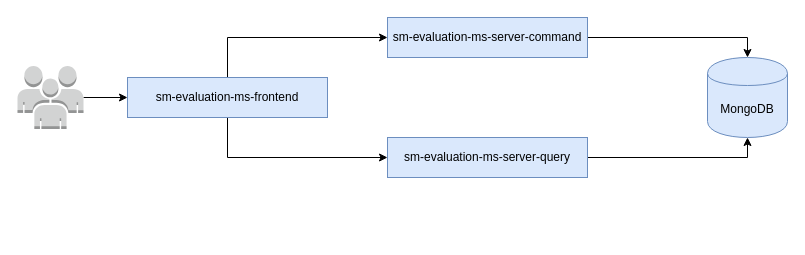
Before: architecture.drawio in sebastian-misiewicz/sm-evaluation-microservices, a draw.io diagram. Source tidied: cells renumbered, new cells numbered last; positions are measured from the earlier drawing's top-left corner, leaving out a move shared by most shapes. Both pictures are drawn from the tidied source at 100%, with x=0, y=0 at pixel (17, 17).
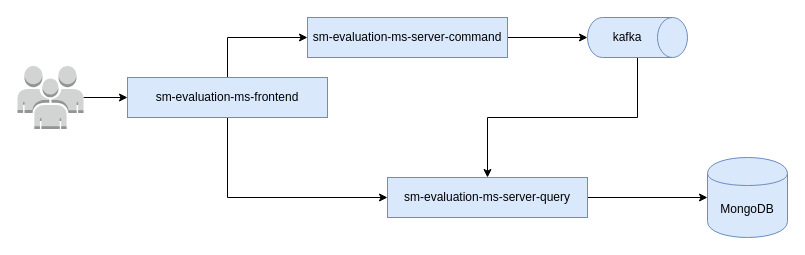
The same diagram, later.

Diff of the diagram source:
```diff
@@
 <mxGraphModel>
   <root>
     <mxCell id="0" />
     <mxCell id="1" parent="0" />
     <mxCell id="2" value="MongoDB" style="shape=cylinder;whiteSpace=wrap;html=1;boundedLbl=1;backgroundOutline=1;fillColor=#dae8fc;strokeColor=#6c8ebf;" parent="1" vertex="1">
-      <mxGeometry x="690" y="40" width="80" height="80" as="geometry" />
+      <mxGeometry x="690" y="140" width="80" height="80" as="geometry" />
     </mxCell>
-    <mxCell id="3" style="edgeStyle=orthogonalEdgeStyle;rounded=0;jettySize=auto;html=1;entryX=0.5;entryY=0;entryDx=0;entryDy=0;" parent="1" edge="1" source="4" target="2">
-      <mxGeometry relative="1" as="geometry" />
-    </mxCell>
+    <mxCell id="12" style="edgeStyle=orthogonalEdgeStyle;rounded=0;jettySize=auto;html=1;entryX=0.5;entryY=1;entryDx=0;entryDy=0;entryPerimeter=0;" parent="1" edge="1" source="4" target="14">
+      <mxGeometry relative="1" as="geometry" />
+    </mxCell>
     <mxCell id="4" value="sm-evaluation-ms-server-command" style="rounded=0;whiteSpace=wrap;html=1;fillColor=#dae8fc;strokeColor=#6c8ebf;" parent="1" vertex="1">
-      <mxGeometry x="370" width="200" height="40" as="geometry" />
+      <mxGeometry x="290" width="200" height="40" as="geometry" />
     </mxCell>
-    <mxCell id="5" style="edgeStyle=orthogonalEdgeStyle;rounded=0;jettySize=auto;html=1;entryX=0.5;entryY=1;entryDx=0;entryDy=0;" parent="1" edge="1" source="6" target="2">
+    <mxCell id="5" style="edgeStyle=orthogonalEdgeStyle;rounded=0;jettySize=auto;html=1;entryX=0;entryY=0.5;entryDx=0;entryDy=0;" parent="1" edge="1" source="6" target="2">
       <mxGeometry relative="1" as="geometry" />
     </mxCell>
     <mxCell id="6" value="sm-evaluation-ms-server-query" style="rounded=0;whiteSpace=wrap;html=1;fillColor=#dae8fc;strokeColor=#6c8ebf;" parent="1" vertex="1">
-      <mxGeometry x="370" y="120" width="200" height="40" as="geometry" />
+      <mxGeometry x="370" y="160" width="200" height="40" as="geometry" />
     </mxCell>
     <mxCell id="7" style="edgeStyle=orthogonalEdgeStyle;rounded=0;jettySize=auto;html=1;entryX=0;entryY=0.5;entryDx=0;entryDy=0;exitX=0.5;exitY=0;exitDx=0;exitDy=0;" parent="1" edge="1" source="11" target="4">
       <mxGeometry relative="1" as="geometry">
         <Array as="points">
           <mxPoint x="210" y="20" />
         </Array>
       </mxGeometry>
     </mxCell>
     <mxCell id="8" style="edgeStyle=orthogonalEdgeStyle;rounded=0;jettySize=auto;html=1;entryX=0;entryY=0.5;entryDx=0;entryDy=0;exitX=0.5;exitY=1;exitDx=0;exitDy=0;" parent="1" edge="1" source="11" target="6">
       <mxGeometry relative="1" as="geometry">
         <Array as="points">
-          <mxPoint x="210" y="140" />
+          <mxPoint x="210" y="180" />
         </Array>
       </mxGeometry>
     </mxCell>
     <mxCell id="9" style="edgeStyle=orthogonalEdgeStyle;rounded=0;jettySize=auto;html=1;entryX=0;entryY=0.5;entryDx=0;entryDy=0;" parent="1" edge="1" source="10" target="11">
       <mxGeometry relative="1" as="geometry" />
     </mxCell>
     <mxCell id="10" style="outlineConnect=0;dashed=0;verticalLabelPosition=bottom;verticalAlign=top;align=center;html=1;shape=mxgraph.aws3.users;fillColor=#D2D3D3;gradientColor=none;" parent="1" vertex="1">
       <mxGeometry y="48.5" width="66" height="63" as="geometry" />
     </mxCell>
     <mxCell id="11" value="sm-evaluation-ms-frontend" style="rounded=0;whiteSpace=wrap;html=1;fillColor=#dae8fc;strokeColor=#6c8ebf;" parent="1" vertex="1">
       <mxGeometry x="110" y="60" width="200" height="40" as="geometry" />
     </mxCell>
+    <mxCell id="13" style="edgeStyle=orthogonalEdgeStyle;rounded=0;jettySize=auto;html=1;" parent="1" edge="1" source="14" target="6">
+      <mxGeometry relative="1" as="geometry" />
+    </mxCell>
+    <mxCell id="14" style="shape=cylinder3;whiteSpace=wrap;html=1;boundedLbl=1;backgroundOutline=1;size=15;rotation=90;fillColor=#dae8fc;strokeColor=#6c8ebf;" parent="1" vertex="1">
+      <mxGeometry x="600" y="-30" width="40" height="100" as="geometry" />
+    </mxCell>
+    <mxCell id="15" value="kafka" style="text;html=1;strokeColor=none;fillColor=none;align=center;verticalAlign=middle;whiteSpace=wrap;rounded=0;" parent="1" vertex="1">
+      <mxGeometry x="580" y="5" width="60" height="30" as="geometry" />
+    </mxCell>
   </root>
 </mxGraphModel>
```
